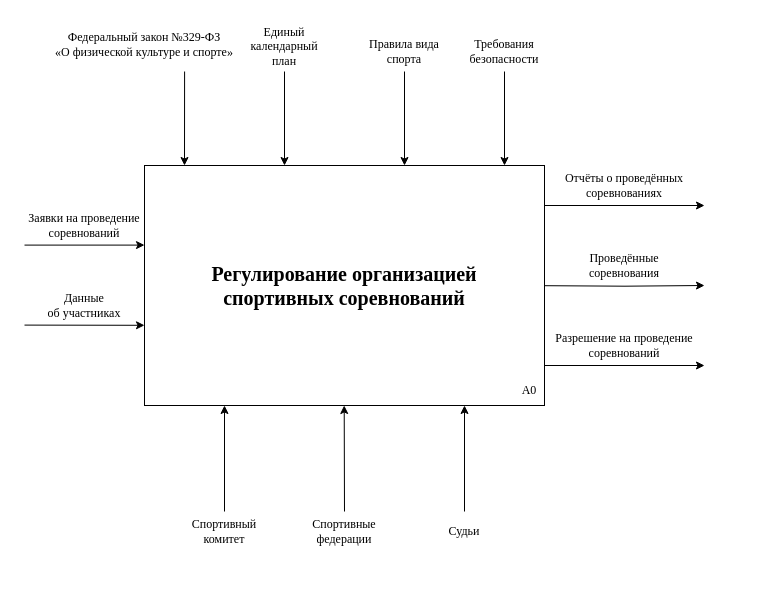
Earlier version of the draw.io diagram page "IDEF0 (контекстная)" (1 of 11) of Диаграммы ИС «Спортивный комитет».drawio (antonch985/Education). Source tidied: cells renumbered, new cells numbered last; positions are measured from the earlier drawing's top-left corner, leaving out a move shared by most shapes. Both pictures are drawn from the tidied source at 100%, with x=0, y=0 at pixel (24, 17).
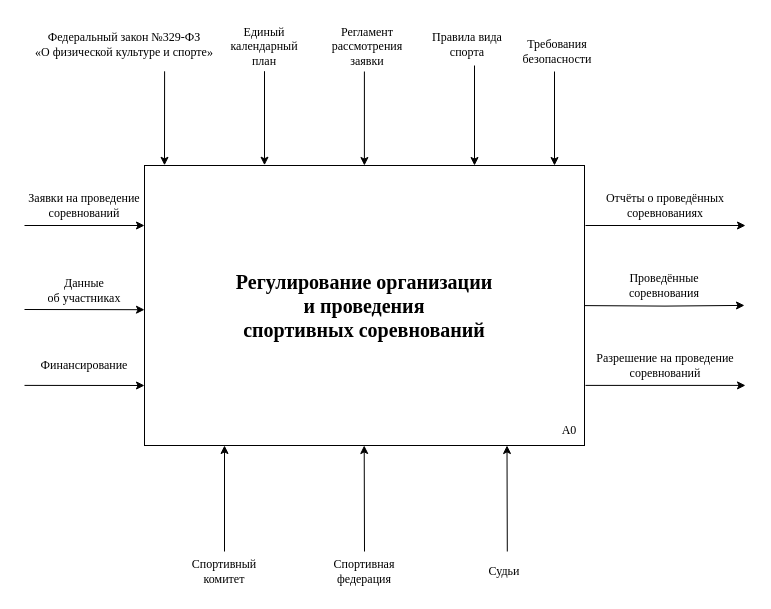
After the change.

Diff of the diagram source:
```diff
@@
     <mxCell id="2" style="edgeStyle=orthogonalEdgeStyle;rounded=0;orthogonalLoop=1;jettySize=auto;html=1;exitX=1;exitY=0.25;exitDx=0;exitDy=0;fontFamily=Times New Roman;" parent="1" edge="1">
       <mxGeometry relative="1" as="geometry">
-        <mxPoint x="520" y="188" as="sourcePoint" />
-        <mxPoint x="680" y="188" as="targetPoint" />
+        <mxPoint x="561" y="208" as="sourcePoint" />
+        <mxPoint x="721" y="208" as="targetPoint" />
       </mxGeometry>
     </mxCell>
     <mxCell id="3" style="edgeStyle=orthogonalEdgeStyle;rounded=0;orthogonalLoop=1;jettySize=auto;html=1;exitX=1;exitY=0.5;exitDx=0;exitDy=0;fontFamily=Times New Roman;" parent="1" edge="1">
       <mxGeometry relative="1" as="geometry">
-        <mxPoint x="520" y="268.2" as="sourcePoint" />
-        <mxPoint x="680" y="268" as="targetPoint" />
+        <mxPoint x="560" y="288.1" as="sourcePoint" />
+        <mxPoint x="720" y="287.9" as="targetPoint" />
       </mxGeometry>
     </mxCell>
     <mxCell id="4" style="edgeStyle=orthogonalEdgeStyle;rounded=0;orthogonalLoop=1;jettySize=auto;html=1;exitX=1;exitY=0.75;exitDx=0;exitDy=0;fontFamily=Times New Roman;" parent="1" edge="1">
       <mxGeometry relative="1" as="geometry">
-        <mxPoint x="520" y="348" as="sourcePoint" />
-        <mxPoint x="680" y="348" as="targetPoint" />
+        <mxPoint x="561" y="367.9" as="sourcePoint" />
+        <mxPoint x="721" y="367.9" as="targetPoint" />
       </mxGeometry>
     </mxCell>
-    <mxCell id="5" value="&lt;b&gt;Регулирование организацией&lt;/b&gt;&lt;div&gt;&lt;b&gt;спортивных соревнований&lt;/b&gt;&lt;/div&gt;" style="rounded=0;whiteSpace=wrap;html=1;fontSize=20;fontFamily=Times New Roman;" parent="1" vertex="1">
-      <mxGeometry x="120" y="148" width="400" height="240" as="geometry" />
+    <mxCell id="5" value="&lt;b&gt;Регулирование организации&lt;/b&gt;&lt;div&gt;&lt;b&gt;и проведения&lt;/b&gt;&lt;div&gt;&lt;b&gt;спортивных соревнований&lt;/b&gt;&lt;/div&gt;&lt;/div&gt;" style="rounded=0;whiteSpace=wrap;html=1;fontSize=20;fontFamily=Times New Roman;" parent="1" vertex="1">
+      <mxGeometry x="120" y="148" width="440" height="280" as="geometry" />
     </mxCell>
     <mxCell id="6" style="endArrow=classic;html=1;rounded=0;entryX=0;entryY=0.25;entryDx=0;entryDy=0;fontFamily=Times New Roman;" parent="1" edge="1">
       <mxGeometry relative="1" as="geometry">
-        <mxPoint y="227.6" as="sourcePoint" />
-        <mxPoint x="120" y="227.6" as="targetPoint" />
+        <mxPoint y="208" as="sourcePoint" />
+        <mxPoint x="120" y="208" as="targetPoint" />
       </mxGeometry>
     </mxCell>
     <mxCell id="7" style="endArrow=classic;html=1;rounded=0;entryX=0;entryY=0.5;entryDx=0;entryDy=0;fontFamily=Times New Roman;" parent="1" edge="1">
       <mxGeometry relative="1" as="geometry">
-        <mxPoint y="307.6" as="sourcePoint" />
-        <mxPoint x="120" y="307.8" as="targetPoint" />
+        <mxPoint y="292" as="sourcePoint" />
+        <mxPoint x="120" y="292.2" as="targetPoint" />
       </mxGeometry>
     </mxCell>
     <mxCell id="8" style="endArrow=classic;html=1;rounded=0;entryX=0.25;entryY=0;entryDx=0;entryDy=0;fontFamily=Times New Roman;" parent="1" edge="1">
       <mxGeometry relative="1" as="geometry">
-        <mxPoint x="160.1" y="54" as="sourcePoint" />
-        <mxPoint x="160" y="148" as="targetPoint" />
+        <mxPoint x="140.1" y="53.8" as="sourcePoint" />
+        <mxPoint x="140" y="147.8" as="targetPoint" />
       </mxGeometry>
     </mxCell>
     <mxCell id="9" style="endArrow=classic;html=1;rounded=0;entryX=0.25;entryY=0;entryDx=0;entryDy=0;fontFamily=Times New Roman;" parent="1" edge="1">
       <mxGeometry relative="1" as="geometry">
-        <mxPoint x="260" y="54" as="sourcePoint" />
-        <mxPoint x="260" y="148" as="targetPoint" />
+        <mxPoint x="240" y="53.7" as="sourcePoint" />
+        <mxPoint x="240" y="147.7" as="targetPoint" />
       </mxGeometry>
     </mxCell>
-    <mxCell id="10" style="endArrow=classic;html=1;rounded=0;entryX=0.25;entryY=0;entryDx=0;entryDy=0;fontFamily=Times New Roman;" parent="1" edge="1">
+    <mxCell id="10" style="endArrow=classic;html=1;rounded=0;fontFamily=Times New Roman;entryX=0.75;entryY=0;entryDx=0;entryDy=0;" parent="1" edge="1" target="5">
       <mxGeometry relative="1" as="geometry">
-        <mxPoint x="380" y="54" as="sourcePoint" />
-        <mxPoint x="380" y="148" as="targetPoint" />
+        <mxPoint x="450" y="48" as="sourcePoint" />
       </mxGeometry>
     </mxCell>
     <mxCell id="11" style="endArrow=classic;html=1;rounded=0;entryX=0.25;entryY=1;entryDx=0;entryDy=0;fontFamily=Times New Roman;" parent="1" edge="1">
       <mxGeometry relative="1" as="geometry">
-        <mxPoint x="200" y="494" as="sourcePoint" />
-        <mxPoint x="200" y="388" as="targetPoint" />
+        <mxPoint x="200" y="534" as="sourcePoint" />
+        <mxPoint x="200" y="428" as="targetPoint" />
       </mxGeometry>
     </mxCell>
     <mxCell id="12" style="endArrow=classic;html=1;rounded=0;entryX=0.25;entryY=1;entryDx=0;entryDy=0;fontFamily=Times New Roman;" parent="1" edge="1">
       <mxGeometry relative="1" as="geometry">
-        <mxPoint x="320" y="494" as="sourcePoint" />
-        <mxPoint x="319.7" y="388" as="targetPoint" />
+        <mxPoint x="340" y="534" as="sourcePoint" />
+        <mxPoint x="339.7" y="428" as="targetPoint" />
       </mxGeometry>
     </mxCell>
-    <mxCell id="13" style="endArrow=classic;html=1;rounded=0;entryX=0.25;entryY=1;entryDx=0;entryDy=0;fontFamily=Times New Roman;" parent="1" edge="1">
-      <mxGeometry relative="1" as="geometry">
-        <mxPoint x="440" y="494" as="sourcePoint" />
-        <mxPoint x="440" y="388" as="targetPoint" />
-      </mxGeometry>
-    </mxCell>
     <mxCell id="14" value="Спортивный&lt;div&gt;комитет&lt;/div&gt;" style="text;html=1;whiteSpace=wrap;strokeColor=none;fillColor=none;align=center;verticalAlign=middle;rounded=0;fontFamily=Times New Roman;" parent="1" vertex="1">
-      <mxGeometry x="160" y="494" width="80" height="40" as="geometry" />
+      <mxGeometry x="160" y="534" width="80" height="40" as="geometry" />
     </mxCell>
-    <mxCell id="15" value="Спортивные&lt;div&gt;федерации&lt;/div&gt;" style="text;html=1;whiteSpace=wrap;strokeColor=none;fillColor=none;align=center;verticalAlign=middle;rounded=0;noLabel=0;fontFamily=Times New Roman;" parent="1" vertex="1">
-      <mxGeometry x="280" y="494" width="80" height="40" as="geometry" />
+    <mxCell id="15" value="Спортивная&lt;div&gt;федерация&lt;/div&gt;" style="text;html=1;whiteSpace=wrap;strokeColor=none;fillColor=none;align=center;verticalAlign=middle;rounded=0;noLabel=0;fontFamily=Times New Roman;" parent="1" vertex="1">
+      <mxGeometry x="300" y="534" width="80" height="40" as="geometry" />
     </mxCell>
     <mxCell id="16" value="Заявки на проведение соревнований" style="text;html=1;whiteSpace=wrap;strokeColor=none;fillColor=none;align=center;verticalAlign=middle;rounded=0;fontFamily=Times New Roman;" parent="1" vertex="1">
-      <mxGeometry y="187.6" width="120" height="40" as="geometry" />
+      <mxGeometry y="168" width="120" height="40" as="geometry" />
     </mxCell>
     <mxCell id="17" value="Отчёты о проведённых соревнованиях" style="text;html=1;whiteSpace=wrap;strokeColor=none;fillColor=none;align=center;verticalAlign=middle;rounded=0;fontFamily=Times New Roman;" parent="1" vertex="1">
-      <mxGeometry x="520" y="148" width="160" height="40" as="geometry" />
+      <mxGeometry x="561" y="168" width="160" height="40" as="geometry" />
     </mxCell>
     <mxCell id="18" value="Федеральный закон №329-ФЗ&lt;div&gt;«О физической культуре и спорте»&lt;/div&gt;" style="text;html=1;whiteSpace=wrap;strokeColor=none;fillColor=none;align=center;verticalAlign=middle;rounded=0;fontFamily=Times New Roman;" parent="1" vertex="1">
-      <mxGeometry x="30" width="180" height="54" as="geometry" />
+      <mxGeometry x="10" y="-0.2" width="180" height="54" as="geometry" />
     </mxCell>
-    <mxCell id="19" value="Судьи" style="text;html=1;whiteSpace=wrap;strokeColor=none;fillColor=none;align=center;verticalAlign=middle;rounded=0;fontFamily=Times New Roman;" parent="1" vertex="1">
-      <mxGeometry x="400" y="494" width="80" height="40" as="geometry" />
-    </mxCell>
     <mxCell id="20" value="Единый календарный&lt;div&gt;план&lt;/div&gt;" style="text;html=1;whiteSpace=wrap;strokeColor=none;fillColor=none;align=center;verticalAlign=middle;rounded=0;fontFamily=Times New Roman;" parent="1" vertex="1">
-      <mxGeometry x="210" y="4" width="100" height="50" as="geometry" />
+      <mxGeometry x="190" y="3.7" width="100" height="50" as="geometry" />
     </mxCell>
     <mxCell id="21" value="Данные&lt;div&gt;об участниках&lt;/div&gt;" style="text;html=1;whiteSpace=wrap;strokeColor=none;fillColor=none;align=center;verticalAlign=middle;rounded=0;fontFamily=Times New Roman;" parent="1" vertex="1">
-      <mxGeometry y="267.6" width="120" height="40" as="geometry" />
+      <mxGeometry y="253" width="120" height="40" as="geometry" />
     </mxCell>
     <mxCell id="22" value="Проведённые&lt;div&gt;соревнования&lt;/div&gt;" style="text;html=1;whiteSpace=wrap;strokeColor=none;fillColor=none;align=center;verticalAlign=middle;rounded=0;fontFamily=Times New Roman;" parent="1" vertex="1">
-      <mxGeometry x="520" y="228" width="160" height="40" as="geometry" />
+      <mxGeometry x="560" y="248" width="160" height="40" as="geometry" />
     </mxCell>
     <mxCell id="23" value="Правила вида спорта" style="text;html=1;whiteSpace=wrap;strokeColor=none;fillColor=none;align=center;verticalAlign=middle;rounded=0;fontFamily=Times New Roman;" parent="1" vertex="1">
-      <mxGeometry x="340" y="14" width="80" height="40" as="geometry" />
+      <mxGeometry x="403" y="6.8" width="80" height="40" as="geometry" />
     </mxCell>
     <mxCell id="24" style="endArrow=classic;html=1;rounded=0;entryX=0.25;entryY=0;entryDx=0;entryDy=0;fontFamily=Times New Roman;" parent="1" edge="1">
       <mxGeometry relative="1" as="geometry">
-        <mxPoint x="480" y="54" as="sourcePoint" />
-        <mxPoint x="480" y="148" as="targetPoint" />
+        <mxPoint x="530" y="54" as="sourcePoint" />
+        <mxPoint x="530" y="148" as="targetPoint" />
       </mxGeometry>
     </mxCell>
     <mxCell id="25" value="Требования&lt;div&gt;безопасности&lt;/div&gt;" style="text;html=1;whiteSpace=wrap;strokeColor=none;fillColor=none;align=center;verticalAlign=middle;rounded=0;fontFamily=Times New Roman;" parent="1" vertex="1">
-      <mxGeometry x="440" y="14" width="80" height="40" as="geometry" />
+      <mxGeometry x="493" y="13.8" width="80" height="40" as="geometry" />
     </mxCell>
     <mxCell id="26" value="Разрешение на проведение соревнований" style="text;html=1;whiteSpace=wrap;strokeColor=none;fillColor=none;align=center;verticalAlign=middle;rounded=0;fontFamily=Times New Roman;" parent="1" vertex="1">
-      <mxGeometry x="520" y="308" width="160" height="40" as="geometry" />
+      <mxGeometry x="561" y="327.9" width="160" height="40" as="geometry" />
     </mxCell>
     <mxCell id="27" value="A0" style="text;html=1;whiteSpace=wrap;strokeColor=none;fillColor=none;align=center;verticalAlign=middle;rounded=0;fontFamily=Times New Roman;" parent="1" vertex="1">
-      <mxGeometry x="490" y="358" width="30" height="30" as="geometry" />
+      <mxGeometry x="530" y="398" width="30" height="30" as="geometry" />
     </mxCell>
+    <mxCell id="28" style="endArrow=classic;html=1;rounded=0;entryX=0;entryY=0.5;entryDx=0;entryDy=0;fontFamily=Times New Roman;" parent="1" edge="1">
+      <mxGeometry relative="1" as="geometry">
+        <mxPoint y="367.9" as="sourcePoint" />
+        <mxPoint x="120" y="368" as="targetPoint" />
+      </mxGeometry>
+    </mxCell>
+    <mxCell id="29" value="Финансирование" style="text;html=1;whiteSpace=wrap;strokeColor=none;fillColor=none;align=center;verticalAlign=middle;rounded=0;fontFamily=Times New Roman;" parent="1" vertex="1">
+      <mxGeometry y="327.9" width="120" height="40" as="geometry" />
+    </mxCell>
+    <mxCell id="30" style="endArrow=classic;html=1;rounded=0;entryX=0.25;entryY=1;entryDx=0;entryDy=0;fontFamily=Times New Roman;" parent="1" edge="1">
+      <mxGeometry relative="1" as="geometry">
+        <mxPoint x="482.8" y="534" as="sourcePoint" />
+        <mxPoint x="482.5" y="428" as="targetPoint" />
+      </mxGeometry>
+    </mxCell>
+    <mxCell id="19" value="Судьи" style="text;html=1;whiteSpace=wrap;strokeColor=none;fillColor=none;align=center;verticalAlign=middle;rounded=0;noLabel=0;fontFamily=Times New Roman;" parent="1" vertex="1">
+      <mxGeometry x="440" y="534" width="80" height="40" as="geometry" />
+    </mxCell>
+    <mxCell id="31" style="endArrow=classic;html=1;rounded=0;entryX=0.25;entryY=0;entryDx=0;entryDy=0;fontFamily=Times New Roman;" parent="1" edge="1">
+      <mxGeometry relative="1" as="geometry">
+        <mxPoint x="339.9" y="54" as="sourcePoint" />
+        <mxPoint x="339.9" y="148" as="targetPoint" />
+      </mxGeometry>
+    </mxCell>
+    <mxCell id="32" value="Регламент рассмотрения заявки" style="text;html=1;whiteSpace=wrap;strokeColor=none;fillColor=none;align=center;verticalAlign=middle;rounded=0;fontFamily=Times New Roman;" parent="1" vertex="1">
+      <mxGeometry x="293" y="3.8" width="100" height="50" as="geometry" />
+    </mxCell>
```
